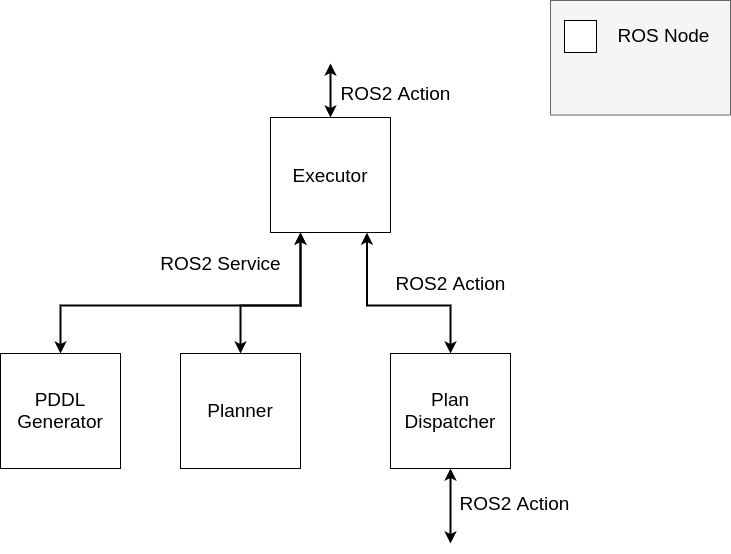
Before: merlin2_arch/merlin2_planning_layer/merlin2_planning_layer.png, a diagram exported from draw.io (MERLIN2-ARCH/merlin2). Source tidied: cells renumbered, new cells last; positions are measured from the earlier drawing's top-left corner, leaving out a move shared by most shapes.
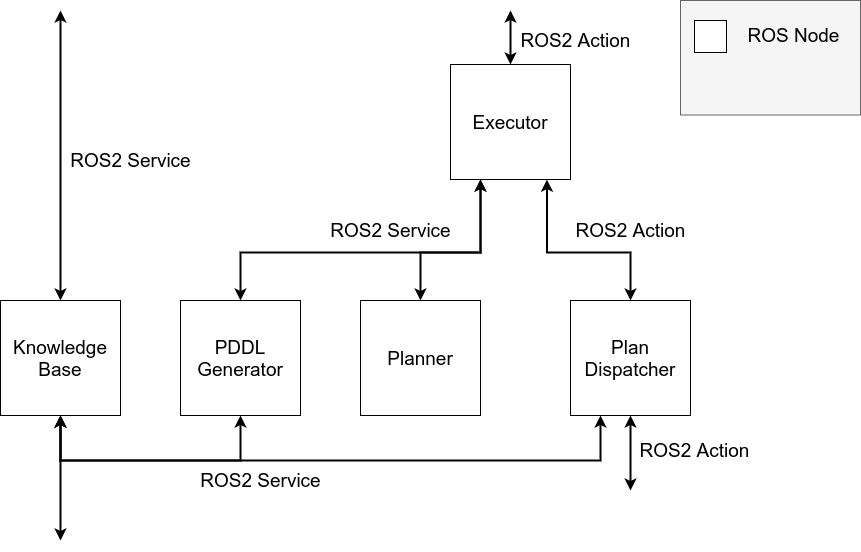
Above is the later version.

The edit, as a diff of the source:
```diff
@@ -5,33 +5,33 @@
     <mxCell id="2" value="&lt;div style=&quot;font-size: 19px&quot;&gt;&lt;div style=&quot;font-size: 19px&quot;&gt;Executor&lt;/div&gt;&lt;/div&gt;" style="rounded=0;whiteSpace=wrap;html=1;fontSize=19;" parent="1" vertex="1">
       <mxGeometry x="270" y="117" width="120" height="115" as="geometry" />
     </mxCell>
-    <mxCell id="3" style="rounded=0;whiteSpace=wrap;html=1;fillColor=#f5f5f5;strokeColor=#666666;fontColor=#333333;fontSize=16.5;" parent="1" vertex="1">
-      <mxGeometry x="550" width="180" height="114.5" as="geometry" />
-    </mxCell>
-    <mxCell id="4" style="whiteSpace=wrap;html=1;fontSize=16.5;" parent="1" vertex="1">
-      <mxGeometry x="564" y="20" width="32" height="32" as="geometry" />
-    </mxCell>
+    <mxCell id="18" style="rounded=0;whiteSpace=wrap;html=1;fillColor=#f5f5f5;strokeColor=#666666;fontColor=#333333;fontSize=16.5;" parent="1" vertex="1">
+      <mxGeometry x="500" y="53" width="180" height="114.5" as="geometry" />
+    </mxCell>
+    <mxCell id="19" style="whiteSpace=wrap;html=1;fontSize=16.5;" parent="1" vertex="1">
+      <mxGeometry x="514" y="73" width="32" height="32" as="geometry" />
+    </mxCell>
     <mxCell id="5" value="&lt;font style=&quot;font-size: 19px&quot;&gt;ROS Node&lt;/font&gt;" style="text;html=1;strokeColor=none;fillColor=none;align=center;verticalAlign=middle;whiteSpace=wrap;rounded=0;fontSize=19;" parent="1" vertex="1">
-      <mxGeometry x="615" y="24.5" width="97" height="20" as="geometry" />
+      <mxGeometry x="565" y="77.5" width="97" height="20" as="geometry" />
     </mxCell>
-    <mxCell id="6" style="edgeStyle=orthogonalEdgeStyle;rounded=0;jettySize=auto;html=1;entryX=0.5;entryY=0;entryDx=0;entryDy=0;strokeWidth=2;startArrow=classic;startFill=1;" parent="1" edge="1" target="2">
-      <mxGeometry relative="1" as="geometry">
-        <mxPoint x="330" y="63" as="sourcePoint" />
-        <Array as="points">
-          <mxPoint x="330" y="65" />
-        </Array>
-      </mxGeometry>
-    </mxCell>
-    <mxCell id="7" style="edgeStyle=orthogonalEdgeStyle;rounded=0;jettySize=auto;html=1;entryX=0.5;entryY=0;entryDx=0;entryDy=0;strokeWidth=2;startArrow=classic;startFill=1;" parent="1" edge="1" target="10">
-      <mxGeometry relative="1" as="geometry">
-        <mxPoint x="300" y="232" as="sourcePoint" />
-        <Array as="points">
-          <mxPoint x="300" y="232" />
-          <mxPoint x="300" y="305" />
-          <mxPoint x="240" y="305" />
-        </Array>
-      </mxGeometry>
-    </mxCell>
+    <mxCell id="20" style="edgeStyle=orthogonalEdgeStyle;rounded=0;jettySize=auto;html=1;entryX=0.5;entryY=0;entryDx=0;entryDy=0;strokeWidth=2;startArrow=classic;startFill=1;" parent="1" edge="1" target="2">
+      <mxGeometry relative="1" as="geometry">
+        <mxPoint x="330" y="63" as="sourcePoint" />
+        <Array as="points">
+          <mxPoint x="330" y="65" />
+        </Array>
+      </mxGeometry>
+    </mxCell>
+    <mxCell id="21" style="edgeStyle=orthogonalEdgeStyle;rounded=0;jettySize=auto;html=1;entryX=0.5;entryY=0;entryDx=0;entryDy=0;strokeWidth=2;startArrow=classic;startFill=1;" parent="1" edge="1" target="10">
+      <mxGeometry relative="1" as="geometry">
+        <mxPoint x="300" y="232" as="sourcePoint" />
+        <Array as="points">
+          <mxPoint x="300" y="232" />
+          <mxPoint x="300" y="305" />
+          <mxPoint x="240" y="305" />
+        </Array>
+      </mxGeometry>
+    </mxCell>
     <mxCell id="8" style="edgeStyle=orthogonalEdgeStyle;rounded=0;jettySize=auto;html=1;entryX=0.5;entryY=0;entryDx=0;entryDy=0;strokeWidth=2;exitX=0.804;exitY=1.001;exitDx=0;exitDy=0;startArrow=classic;startFill=1;exitPerimeter=0;" parent="1" edge="1" source="2" target="11">
       <mxGeometry relative="1" as="geometry">
         <Array as="points">
@@ -57,25 +57,67 @@
         </Array>
       </mxGeometry>
     </mxCell>
-    <mxCell id="13" style="edgeStyle=orthogonalEdgeStyle;rounded=0;jettySize=auto;html=1;strokeWidth=2;startArrow=classic;startFill=1;exitX=0.5;exitY=1;exitDx=0;exitDy=0;" parent="1" edge="1" source="11">
-      <mxGeometry relative="1" as="geometry">
-        <mxPoint x="450" y="543" as="targetPoint" />
-        <Array as="points">
-          <mxPoint x="450" y="536" />
-        </Array>
-      </mxGeometry>
-    </mxCell>
-    <mxCell id="14" value="&lt;font style=&quot;font-size: 19px&quot;&gt;ROS2 Action&lt;/font&gt;" style="text;html=1;align=center;verticalAlign=middle;" parent="1" vertex="1">
-      <mxGeometry x="335" y="83" width="120" height="20" as="geometry" />
-    </mxCell>
-    <mxCell id="15" value="&lt;font style=&quot;font-size: 19px&quot;&gt;ROS2 Action&lt;/font&gt;" style="text;html=1;align=center;verticalAlign=middle;" parent="1" vertex="1">
-      <mxGeometry x="453.5" y="493" width="120" height="20" as="geometry" />
-    </mxCell>
-    <mxCell id="16" value="&lt;font style=&quot;font-size: 19px&quot;&gt;ROS2 Service&lt;/font&gt;" style="text;html=1;align=center;verticalAlign=middle;" parent="1" vertex="1">
-      <mxGeometry x="150" y="253" width="140" height="20" as="geometry" />
-    </mxCell>
-    <mxCell id="17" value="&lt;font style=&quot;font-size: 19px&quot;&gt;ROS2 Action&lt;/font&gt;" style="text;html=1;align=center;verticalAlign=middle;" parent="1" vertex="1">
-      <mxGeometry x="390" y="273" width="120" height="20" as="geometry" />
-    </mxCell>
+    <mxCell id="22" style="edgeStyle=orthogonalEdgeStyle;rounded=0;jettySize=auto;html=1;strokeWidth=2;startArrow=classic;startFill=1;exitX=0.5;exitY=1;exitDx=0;exitDy=0;" parent="1" edge="1" source="11">
+      <mxGeometry relative="1" as="geometry">
+        <mxPoint x="450" y="543" as="targetPoint" />
+        <Array as="points">
+          <mxPoint x="450" y="536" />
+        </Array>
+      </mxGeometry>
+    </mxCell>
+    <mxCell id="23" value="&lt;font style=&quot;font-size: 19px&quot;&gt;ROS2 Action&lt;/font&gt;" style="text;html=1;align=center;verticalAlign=middle;" parent="1" vertex="1">
+      <mxGeometry x="335" y="83" width="120" height="20" as="geometry" />
+    </mxCell>
+    <mxCell id="24" value="&lt;font style=&quot;font-size: 19px&quot;&gt;ROS2 Action&lt;/font&gt;" style="text;html=1;align=center;verticalAlign=middle;" parent="1" vertex="1">
+      <mxGeometry x="453.5" y="493" width="120" height="20" as="geometry" />
+    </mxCell>
+    <mxCell id="25" value="&lt;font style=&quot;font-size: 19px&quot;&gt;ROS2 Service&lt;/font&gt;" style="text;html=1;align=center;verticalAlign=middle;" parent="1" vertex="1">
+      <mxGeometry x="140" y="273" width="140" height="20" as="geometry" />
+    </mxCell>
+    <mxCell id="26" value="&lt;font style=&quot;font-size: 19px&quot;&gt;ROS2 Action&lt;/font&gt;" style="text;html=1;align=center;verticalAlign=middle;" parent="1" vertex="1">
+      <mxGeometry x="390" y="273" width="120" height="20" as="geometry" />
+    </mxCell>
+    <mxCell id="27" value="&lt;div style=&quot;font-size: 19px&quot;&gt;&lt;div style=&quot;font-size: 19px&quot;&gt;Knowledge Base&lt;/div&gt;&lt;/div&gt;" style="rounded=0;whiteSpace=wrap;html=1;fontSize=19;" parent="1" vertex="1">
+      <mxGeometry x="-180" y="353" width="120" height="115" as="geometry" />
+    </mxCell>
+    <mxCell id="28" style="edgeStyle=orthogonalEdgeStyle;rounded=0;jettySize=auto;html=1;entryX=0.5;entryY=0;entryDx=0;entryDy=0;strokeWidth=2;startArrow=classic;startFill=1;" parent="1" edge="1" target="27">
+      <mxGeometry relative="1" as="geometry">
+        <mxPoint x="-120" y="63" as="sourcePoint" />
+        <Array as="points">
+          <mxPoint x="-120" y="133" />
+        </Array>
+      </mxGeometry>
+    </mxCell>
+    <mxCell id="29" style="edgeStyle=orthogonalEdgeStyle;rounded=0;jettySize=auto;html=1;entryX=0.25;entryY=1;entryDx=0;entryDy=0;strokeWidth=2;startArrow=classic;startFill=1;exitX=0.5;exitY=1;exitDx=0;exitDy=0;" parent="1" edge="1" source="27" target="11">
+      <mxGeometry relative="1" as="geometry">
+        <Array as="points">
+          <mxPoint x="-120" y="513" />
+          <mxPoint x="420" y="513" />
+        </Array>
+      </mxGeometry>
+    </mxCell>
+    <mxCell id="30" style="edgeStyle=orthogonalEdgeStyle;rounded=0;jettySize=auto;html=1;entryX=0.5;entryY=1;entryDx=0;entryDy=0;strokeWidth=2;startArrow=classic;startFill=1;exitX=0.5;exitY=1;exitDx=0;exitDy=0;" parent="1" edge="1" source="27" target="9">
+      <mxGeometry relative="1" as="geometry">
+        <Array as="points">
+          <mxPoint x="-120" y="513" />
+          <mxPoint x="60" y="513" />
+        </Array>
+      </mxGeometry>
+    </mxCell>
+    <mxCell id="31" style="edgeStyle=orthogonalEdgeStyle;rounded=0;orthogonalLoop=1;jettySize=auto;html=1;strokeWidth=2;startArrow=classic;startFill=1;" parent="1" edge="1">
+      <mxGeometry relative="1" as="geometry">
+        <mxPoint x="-120" y="468" as="sourcePoint" />
+        <mxPoint x="-120" y="593" as="targetPoint" />
+        <Array as="points">
+          <mxPoint x="-120" y="498" />
+        </Array>
+      </mxGeometry>
+    </mxCell>
+    <mxCell id="32" value="&lt;font style=&quot;font-size: 19px&quot;&gt;ROS2 Service&lt;/font&gt;" style="text;html=1;align=center;verticalAlign=middle;" parent="1" vertex="1">
+      <mxGeometry x="10" y="523" width="140" height="20" as="geometry" />
+    </mxCell>
+    <mxCell id="33" value="&lt;font style=&quot;font-size: 19px&quot;&gt;ROS2 Service&lt;/font&gt;" style="text;html=1;align=center;verticalAlign=middle;" parent="1" vertex="1">
+      <mxGeometry x="-120" y="203" width="140" height="20" as="geometry" />
+    </mxCell>
   </root>
 </mxGraphModel>
```
